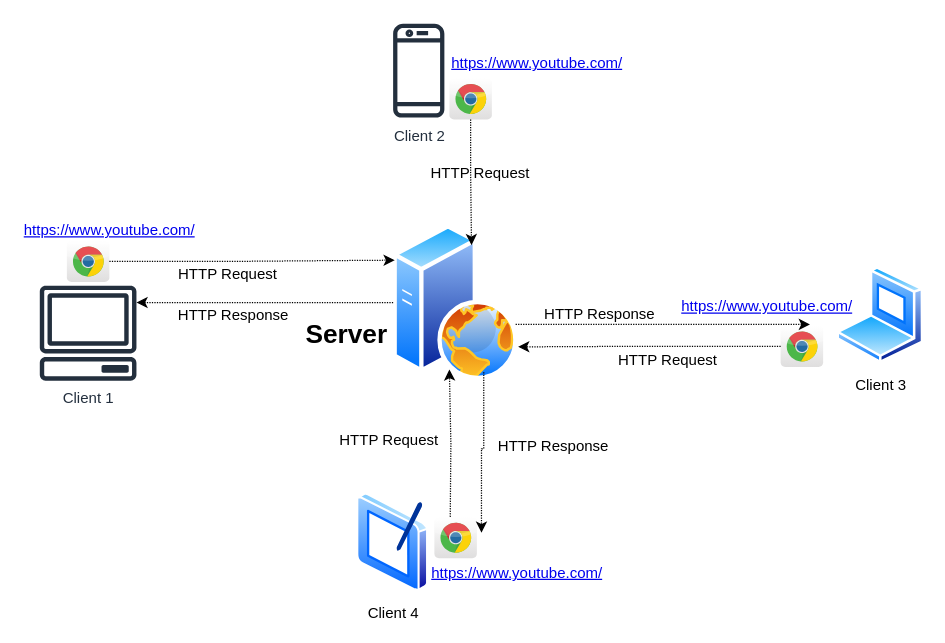
phyowaihtoon/JavaScriptCourse-Batch1 keeps this draw.io diagram as page "Client vs Server Example" (4 of 10) of JS Client Server.drawio. Above is the earlier version. Source tidied: cells renumbered, new cells numbered last; positions are measured from the earlier drawing's top-left corner, leaving out a move shared by most shapes. Both pictures are drawn from the tidied source at 125%, with x=0, y=0 at pixel (21, 21).
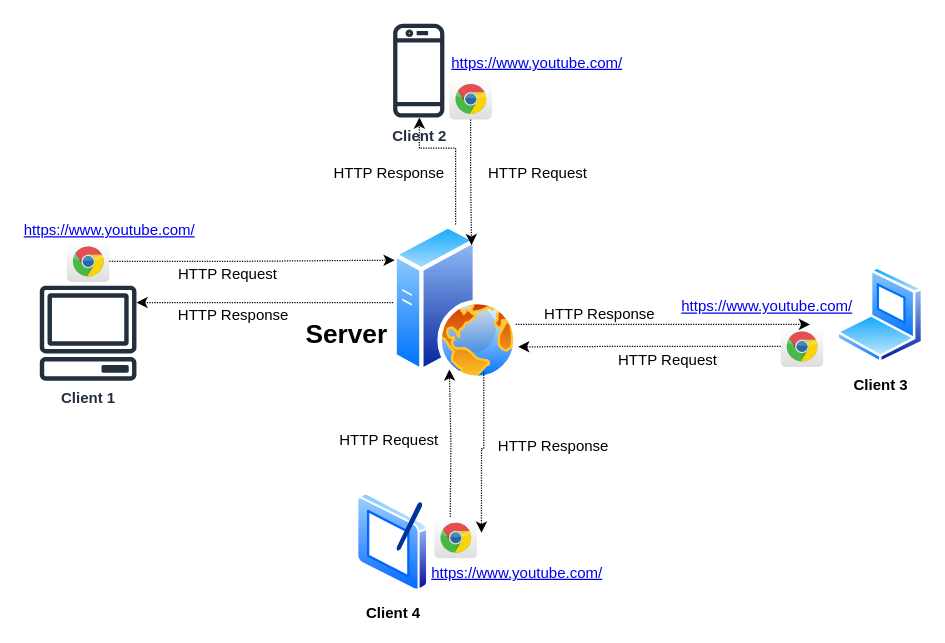
After the change.

Commit message (it also covers changes not shown here):
Update JS Client Server

Unchanged cells that the change refers to:
```xml
<mxCell id="2" style="image;perimeter=ellipsePerimeter;html=1;align=center;shadow=0;dashed=0;spacingTop=3;image=img/lib/active_directory/web_server.svg;" parent="1" vertex="1">
  <mxGeometry x="297" y="162" width="100" height="125" as="geometry" />
</mxCell>
```

Change to the diagram source:
```diff
@@
-    <mxCell id="3" value="Client 1" style="sketch=0;outlineConnect=0;fontColor=#232F3E;gradientColor=none;fillColor=#232F3D;strokeColor=none;dashed=0;verticalLabelPosition=bottom;verticalAlign=top;align=center;html=1;fontSize=12;fontStyle=0;shape=mxgraph.aws4.client;" parent="1" vertex="1">
+    <mxCell id="3" value="Client 1" style="sketch=0;outlineConnect=0;fontColor=#232F3E;gradientColor=none;fillColor=#232F3D;strokeColor=none;dashed=0;verticalLabelPosition=bottom;verticalAlign=top;align=center;html=1;fontSize=12;fontStyle=1;shape=mxgraph.aws4.client;" parent="1" vertex="1">
       <mxGeometry x="14" y="211" width="78" height="76" as="geometry" />
     </mxCell>
-    <mxCell id="4" value="Client 2" style="sketch=0;outlineConnect=0;fontColor=#232F3E;gradientColor=none;fillColor=#232F3D;strokeColor=none;dashed=0;verticalLabelPosition=bottom;verticalAlign=top;align=center;html=1;fontSize=12;fontStyle=0;shape=mxgraph.aws4.mobile_client;" parent="1" vertex="1">
+    <mxCell id="4" value="Client 2" style="sketch=0;outlineConnect=0;fontColor=#232F3E;gradientColor=none;fillColor=#232F3D;strokeColor=none;dashed=0;verticalLabelPosition=bottom;verticalAlign=top;align=center;html=1;fontSize=12;fontStyle=1;shape=mxgraph.aws4.mobile_client;" parent="1" vertex="1">
       <mxGeometry x="297" width="41" height="78" as="geometry" />
     </mxCell>
-    <mxCell id="5" value="Client 3" style="image;perimeter=ellipsePerimeter;html=1;align=center;shadow=0;dashed=0;spacingTop=3;image=img/lib/active_directory/laptop_client.svg;" parent="1" vertex="1">
+    <mxCell id="5" value="Client 3" style="image;perimeter=ellipsePerimeter;html=1;align=center;shadow=0;dashed=0;spacingTop=3;image=img/lib/active_directory/laptop_client.svg;fontStyle=1;" parent="1" vertex="1">
       <mxGeometry x="652" y="196" width="69.8" height="77.6" as="geometry" />
     </mxCell>
-    <mxCell id="6" value="Client 4" style="image;perimeter=ellipsePerimeter;html=1;align=center;shadow=0;dashed=0;spacingTop=3;image=img/lib/active_directory/tablet_pc.svg;" parent="1" vertex="1">
+    <mxCell id="6" value="Client 4" style="image;perimeter=ellipsePerimeter;html=1;align=center;shadow=0;dashed=0;spacingTop=3;image=img/lib/active_directory/tablet_pc.svg;fontStyle=1;" parent="1" vertex="1">
       <mxGeometry x="268" y="377" width="57.5" height="78.8" as="geometry" />
     </mxCell>
@@
     <mxCell id="22" value="HTTP Request" style="text;html=1;whiteSpace=wrap;strokeColor=none;fillColor=none;align=center;verticalAlign=middle;rounded=0;" parent="1" vertex="1">
-      <mxGeometry x="323" y="111" width="88" height="19" as="geometry" />
+      <mxGeometry x="369" y="111" width="88" height="19" as="geometry" />
     </mxCell>
@@
+    <mxCell id="30" style="edgeStyle=orthogonalEdgeStyle;rounded=0;jettySize=auto;html=1;dashed=1;dashPattern=1 1;" parent="1" edge="1" source="2" target="4">
+      <mxGeometry relative="1" as="geometry">
+        <Array as="points">
+          <mxPoint x="347" y="101" />
+          <mxPoint x="318" y="101" />
+        </Array>
+      </mxGeometry>
+    </mxCell>
+    <mxCell id="31" value="HTTP Response" style="text;html=1;whiteSpace=wrap;strokeColor=none;fillColor=none;align=center;verticalAlign=middle;rounded=0;" parent="1" vertex="1">
+      <mxGeometry x="242" y="111" width="104" height="19" as="geometry" />
+    </mxCell>
```
